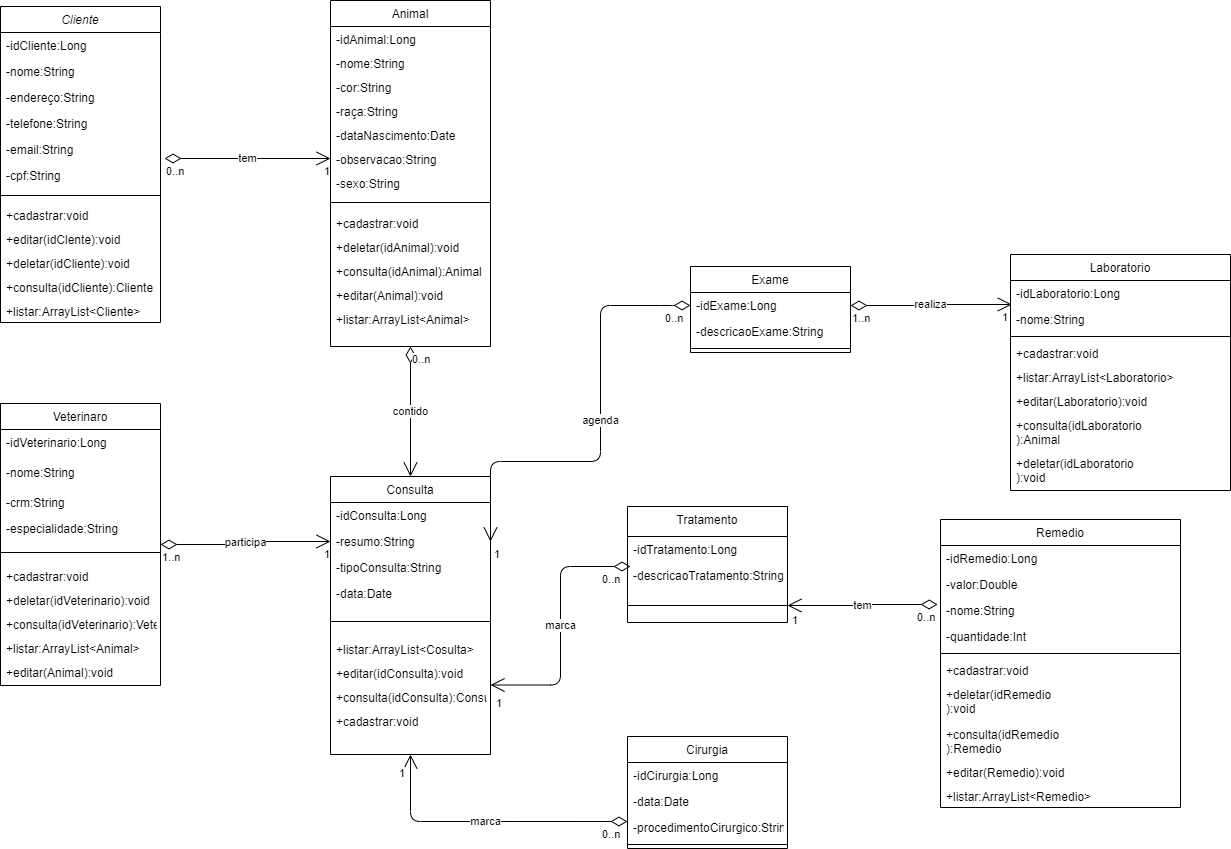
moacirgomes/projeto-clinica keeps this draw.io diagram as projetoUML.png. Above is the earlier version. Source tidied: cells renumbered, new cells last; positions are measured from the earlier drawing's top-left corner, leaving out a move shared by most shapes.
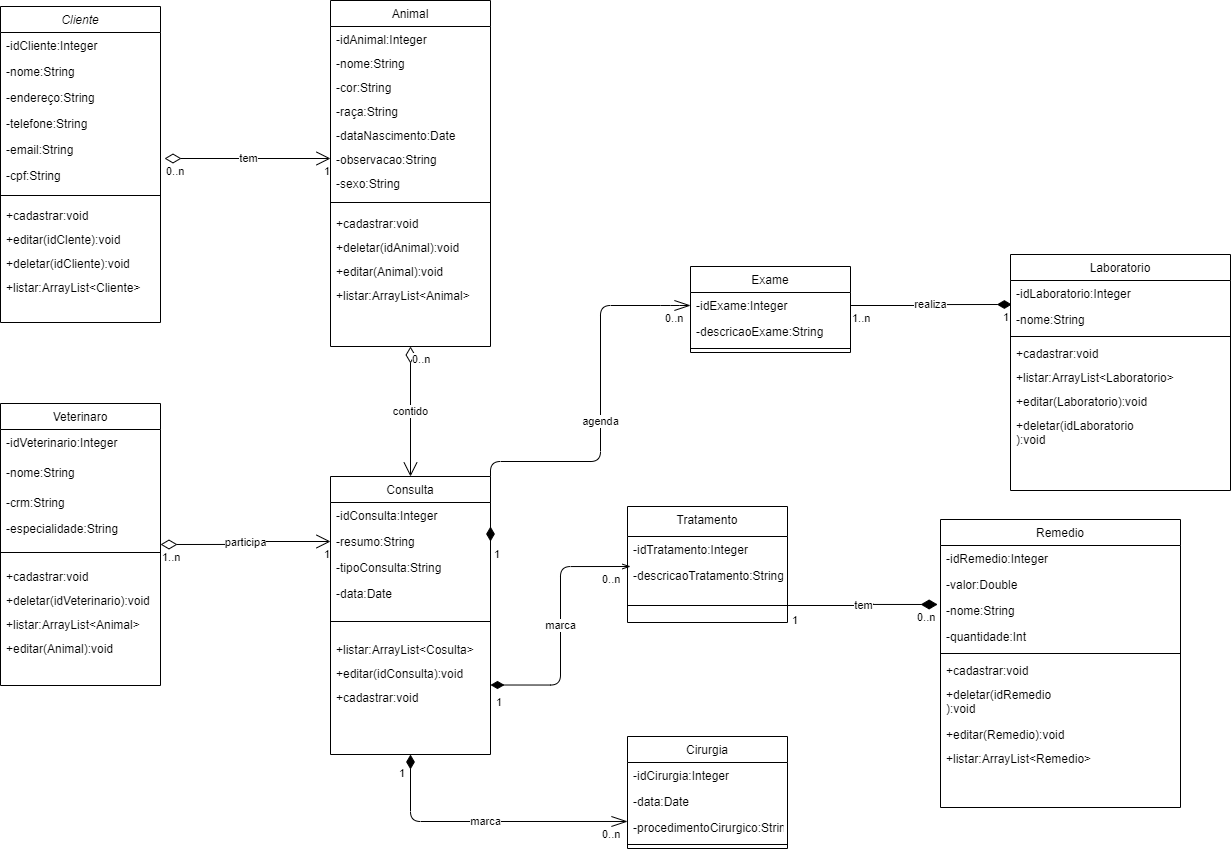
After the commit.

What changed in the source:
```diff
@@ -23,7 +23,7 @@
     <mxCell id="8" value="Cliente" style="swimlane;fontStyle=2;align=center;verticalAlign=top;horizontal=1;startSize=26;rounded=0;shadow=0;strokeWidth=1;" parent="1" vertex="1">
       <mxGeometry y="6" width="160" height="316" as="geometry" />
     </mxCell>
-    <mxCell id="9" value="-idCliente:Long" style="text;align=left;verticalAlign=top;spacingLeft=4;spacingRight=4;overflow=hidden;" parent="8" vertex="1">
+    <mxCell id="9" value="-idCliente:Integer" style="text;align=left;verticalAlign=top;spacingLeft=4;spacingRight=4;overflow=hidden;" parent="8" vertex="1">
       <mxGeometry y="26" width="160" height="26" as="geometry" />
     </mxCell>
     <mxCell id="10" value="-nome:String" style="text;align=left;verticalAlign=top;spacingLeft=4;spacingRight=4;overflow=hidden;" parent="8" vertex="1">
@@ -53,16 +53,13 @@
     <mxCell id="18" value="+deletar(idCliente):void" style="text;strokeColor=none;fillColor=none;align=left;verticalAlign=top;spacingLeft=4;spacingRight=4;overflow=hidden;" parent="8" vertex="1">
       <mxGeometry y="244" width="160" height="24" as="geometry" />
     </mxCell>
-    <mxCell id="19" value="+consulta(idCliente):Cliente" style="text;strokeColor=none;fillColor=none;align=left;verticalAlign=top;spacingLeft=4;spacingRight=4;overflow=hidden;" parent="8" vertex="1">
-      <mxGeometry y="268" width="160" height="24" as="geometry" />
-    </mxCell>
     <mxCell id="20" value="+listar:ArrayList&lt;Cliente&gt;" style="text;strokeColor=none;fillColor=none;align=left;verticalAlign=top;spacingLeft=4;spacingRight=4;overflow=hidden;" parent="8" vertex="1">
-      <mxGeometry y="292" width="160" height="24" as="geometry" />
+      <mxGeometry y="268" width="160" height="24" as="geometry" />
     </mxCell>
     <mxCell id="21" value="Veterinaro" style="swimlane;fontStyle=0;align=center;verticalAlign=top;horizontal=1;startSize=26;rounded=0;shadow=0;strokeWidth=1;" parent="1" vertex="1">
       <mxGeometry y="403" width="160" height="282" as="geometry" />
     </mxCell>
-    <mxCell id="22" value="-idVeterinario:Long" style="text;align=left;verticalAlign=top;spacingLeft=4;spacingRight=4;overflow=hidden;" parent="21" vertex="1">
+    <mxCell id="22" value="-idVeterinario:Integer" style="text;align=left;verticalAlign=top;spacingLeft=4;spacingRight=4;overflow=hidden;" parent="21" vertex="1">
       <mxGeometry y="26" width="160" height="30" as="geometry" />
     </mxCell>
     <mxCell id="23" value="-nome:String" style="text;align=left;verticalAlign=top;spacingLeft=4;spacingRight=4;overflow=hidden;" parent="21" vertex="1">
@@ -83,19 +80,16 @@
     <mxCell id="28" value="+deletar(idVeterinario):void" style="text;strokeColor=none;fillColor=none;align=left;verticalAlign=top;spacingLeft=4;spacingRight=4;overflow=hidden;" parent="21" vertex="1">
       <mxGeometry y="184" width="160" height="24" as="geometry" />
     </mxCell>
-    <mxCell id="29" value="+consulta(idVeterinario):Veterinario" style="text;strokeColor=none;fillColor=none;align=left;verticalAlign=top;spacingLeft=4;spacingRight=4;overflow=hidden;" parent="21" vertex="1">
-      <mxGeometry y="208" width="160" height="24" as="geometry" />
-    </mxCell>
     <mxCell id="30" value="+listar:ArrayList&lt;Animal&gt;" style="text;strokeColor=none;fillColor=none;align=left;verticalAlign=top;spacingLeft=4;spacingRight=4;overflow=hidden;" parent="21" vertex="1">
-      <mxGeometry y="232" width="160" height="24" as="geometry" />
+      <mxGeometry y="208" width="160" height="24" as="geometry" />
     </mxCell>
     <mxCell id="31" value="+editar(Animal):void" style="text;strokeColor=none;fillColor=none;align=left;verticalAlign=top;spacingLeft=4;spacingRight=4;overflow=hidden;" parent="21" vertex="1">
-      <mxGeometry y="256" width="160" height="24" as="geometry" />
+      <mxGeometry y="232" width="160" height="24" as="geometry" />
     </mxCell>
     <mxCell id="32" value="Animal" style="swimlane;fontStyle=0;align=center;verticalAlign=top;horizontal=1;startSize=26;rounded=0;shadow=0;strokeWidth=1;" parent="1" vertex="1">
       <mxGeometry x="330" width="160" height="346" as="geometry" />
     </mxCell>
-    <mxCell id="33" value="-idAnimal:Long" style="text;align=left;verticalAlign=top;spacingLeft=4;spacingRight=4;overflow=hidden;" parent="32" vertex="1">
+    <mxCell id="33" value="-idAnimal:Integer" style="text;align=left;verticalAlign=top;spacingLeft=4;spacingRight=4;overflow=hidden;" parent="32" vertex="1">
       <mxGeometry y="26" width="160" height="24" as="geometry" />
     </mxCell>
     <mxCell id="34" value="-nome:String" style="text;align=left;verticalAlign=top;spacingLeft=4;spacingRight=4;overflow=hidden;" parent="32" vertex="1">
@@ -125,14 +119,11 @@
     <mxCell id="42" value="+deletar(idAnimal):void" style="text;strokeColor=none;fillColor=none;align=left;verticalAlign=top;spacingLeft=4;spacingRight=4;overflow=hidden;" parent="32" vertex="1">
       <mxGeometry y="234" width="160" height="24" as="geometry" />
     </mxCell>
-    <mxCell id="43" value="+consulta(idAnimal):Animal" style="text;strokeColor=none;fillColor=none;align=left;verticalAlign=top;spacingLeft=4;spacingRight=4;overflow=hidden;" parent="32" vertex="1">
-      <mxGeometry y="258" width="160" height="24" as="geometry" />
-    </mxCell>
     <mxCell id="44" value="+editar(Animal):void" style="text;strokeColor=none;fillColor=none;align=left;verticalAlign=top;spacingLeft=4;spacingRight=4;overflow=hidden;" parent="32" vertex="1">
-      <mxGeometry y="282" width="160" height="24" as="geometry" />
+      <mxGeometry y="258" width="160" height="24" as="geometry" />
     </mxCell>
     <mxCell id="45" value="+listar:ArrayList&lt;Animal&gt;" style="text;strokeColor=none;fillColor=none;align=left;verticalAlign=top;spacingLeft=4;spacingRight=4;overflow=hidden;" parent="32" vertex="1">
-      <mxGeometry y="306" width="160" height="24" as="geometry" />
+      <mxGeometry y="282" width="160" height="24" as="geometry" />
     </mxCell>
     <mxCell id="46" value="contido" style="endArrow=open;html=1;endSize=12;startArrow=diamondThin;startSize=14;startFill=0;edgeStyle=orthogonalEdgeStyle;exitX=0.5;exitY=1;exitDx=0;exitDy=0;entryX=0.5;entryY=0;entryDx=0;entryDy=0;" parent="1" edge="1" source="32" target="97">
       <mxGeometry relative="1" as="geometry" />
@@ -143,7 +134,7 @@
     <mxCell id="48" value="1" style="edgeLabel;html=1;align=right;verticalAlign=top;" parent="46" vertex="1">
       <mxGeometry x="1" relative="1" as="geometry" />
     </mxCell>
-    <mxCell id="49" value="agenda" style="endArrow=open;html=1;endSize=12;startArrow=diamondThin;startSize=14;startFill=0;edgeStyle=orthogonalEdgeStyle;exitX=0;exitY=0.5;exitDx=0;exitDy=0;entryX=1;entryY=0.5;entryDx=0;entryDy=0;" parent="1" edge="1" source="94" target="99">
+    <mxCell id="49" value="agenda" style="endArrow=diamondThin;html=1;endSize=12;startArrow=openThin;startSize=14;startFill=0;edgeStyle=orthogonalEdgeStyle;exitX=0;exitY=0.5;exitDx=0;exitDy=0;entryX=1;entryY=0.5;entryDx=0;entryDy=0;endFill=1;" parent="1" edge="1" source="94" target="99">
       <mxGeometry x="-0.06" relative="1" as="geometry">
         <Array as="points">
           <mxPoint x="670" y="305" />
@@ -166,7 +157,7 @@
     <mxCell id="52" value="Remedio" style="swimlane;fontStyle=0;align=center;verticalAlign=top;horizontal=1;startSize=26;rounded=0;shadow=0;strokeWidth=1;" parent="1" vertex="1">
       <mxGeometry x="940" y="519" width="240" height="288" as="geometry" />
     </mxCell>
-    <mxCell id="53" value="-idRemedio:Long" style="text;align=left;verticalAlign=top;spacingLeft=4;spacingRight=4;overflow=hidden;" parent="52" vertex="1">
+    <mxCell id="53" value="-idRemedio:Integer" style="text;align=left;verticalAlign=top;spacingLeft=4;spacingRight=4;overflow=hidden;" parent="52" vertex="1">
       <mxGeometry y="26" width="240" height="26" as="geometry" />
     </mxCell>
     <mxCell id="54" value="-valor:Double" style="text;align=left;verticalAlign=top;spacingLeft=4;spacingRight=4;overflow=hidden;" parent="52" vertex="1">
@@ -187,19 +178,16 @@
     <mxCell id="59" value="+deletar(idRemedio&#10;):void" style="text;strokeColor=none;fillColor=none;align=left;verticalAlign=top;spacingLeft=4;spacingRight=4;overflow=hidden;" parent="52" vertex="1">
       <mxGeometry y="162" width="240" height="40" as="geometry" />
     </mxCell>
-    <mxCell id="60" value="+consulta(idRemedio&#10;):Remedio" style="text;strokeColor=none;fillColor=none;align=left;verticalAlign=top;spacingLeft=4;spacingRight=4;overflow=hidden;" parent="52" vertex="1">
-      <mxGeometry y="202" width="240" height="38" as="geometry" />
-    </mxCell>
     <mxCell id="61" value="+editar(Remedio):void" style="text;strokeColor=none;fillColor=none;align=left;verticalAlign=top;spacingLeft=4;spacingRight=4;overflow=hidden;" parent="52" vertex="1">
-      <mxGeometry y="240" width="240" height="24" as="geometry" />
+      <mxGeometry y="202" width="240" height="24" as="geometry" />
     </mxCell>
     <mxCell id="62" value="+listar:ArrayList&lt;Remedio&gt;" style="text;strokeColor=none;fillColor=none;align=left;verticalAlign=top;spacingLeft=4;spacingRight=4;overflow=hidden;" parent="52" vertex="1">
-      <mxGeometry y="264" width="240" height="24" as="geometry" />
+      <mxGeometry y="226" width="240" height="24" as="geometry" />
     </mxCell>
     <mxCell id="63" value="Cirurgia" style="swimlane;fontStyle=0;align=center;verticalAlign=top;horizontal=1;startSize=26;rounded=0;shadow=0;strokeWidth=1;" parent="1" vertex="1">
       <mxGeometry x="627" y="736" width="160" height="112" as="geometry" />
     </mxCell>
-    <mxCell id="64" value="-idCirurgia:Long" style="text;align=left;verticalAlign=top;spacingLeft=4;spacingRight=4;overflow=hidden;" parent="63" vertex="1">
+    <mxCell id="64" value="-idCirurgia:Integer" style="text;align=left;verticalAlign=top;spacingLeft=4;spacingRight=4;overflow=hidden;" parent="63" vertex="1">
       <mxGeometry y="26" width="160" height="26" as="geometry" />
     </mxCell>
     <mxCell id="65" value="-data:Date" style="text;align=left;verticalAlign=top;spacingLeft=4;spacingRight=4;overflow=hidden;" parent="63" vertex="1">
@@ -211,7 +199,7 @@
     <mxCell id="67" style="line;html=1;strokeWidth=1;align=left;verticalAlign=middle;spacingTop=-1;spacingLeft=3;spacingRight=3;labelPosition=right;" parent="63" vertex="1">
       <mxGeometry y="104" width="160" height="8" as="geometry" />
     </mxCell>
-    <mxCell id="68" value="tem" style="endArrow=open;html=1;endSize=12;startArrow=diamondThin;startSize=14;startFill=0;edgeStyle=orthogonalEdgeStyle;exitX=-0.012;exitY=0.269;exitDx=0;exitDy=0;exitPerimeter=0;" parent="1" edge="1" source="55" target="74">
+    <mxCell id="68" value="tem" style="endArrow=none;html=1;endSize=12;startArrow=diamondThin;startSize=14;startFill=1;edgeStyle=orthogonalEdgeStyle;exitX=-0.012;exitY=0.269;exitDx=0;exitDy=0;exitPerimeter=0;endFill=0;" parent="1" edge="1" source="55" target="74">
       <mxGeometry relative="1" as="geometry" />
     </mxCell>
     <mxCell id="69" value="0..n" style="edgeLabel;html=1;align=left;verticalAlign=top;" parent="68" vertex="1">
@@ -227,7 +215,7 @@
     <mxCell id="71" value="Tratamento" style="swimlane;fontStyle=0;align=center;verticalAlign=top;horizontal=1;startSize=30;rounded=0;shadow=0;strokeWidth=1;" parent="1" vertex="1">
       <mxGeometry x="627" y="506" width="160" height="116" as="geometry" />
     </mxCell>
-    <mxCell id="72" value="-idTratamento:Long" style="text;align=left;verticalAlign=top;spacingLeft=4;spacingRight=4;overflow=hidden;rounded=0;shadow=0;html=0;" parent="71" vertex="1">
+    <mxCell id="72" value="-idTratamento:Integer" style="text;align=left;verticalAlign=top;spacingLeft=4;spacingRight=4;overflow=hidden;rounded=0;shadow=0;html=0;" parent="71" vertex="1">
       <mxGeometry y="30" width="160" height="26" as="geometry" />
     </mxCell>
     <mxCell id="73" value="-descricaoTratamento:String" style="text;align=left;verticalAlign=top;spacingLeft=4;spacingRight=4;overflow=hidden;rounded=0;shadow=0;html=0;" parent="71" vertex="1">
@@ -236,7 +224,7 @@
     <mxCell id="74" style="line;html=1;strokeWidth=1;align=left;verticalAlign=middle;spacingTop=-1;spacingLeft=3;spacingRight=3;labelPosition=right;points=[];portConstraint=eastwest;" parent="71" vertex="1">
       <mxGeometry y="82" width="160" height="34" as="geometry" />
     </mxCell>
-    <mxCell id="75" value="realiza" style="endArrow=open;html=1;endSize=12;startArrow=diamondThin;startSize=14;startFill=0;edgeStyle=orthogonalEdgeStyle;exitX=1;exitY=0.5;exitDx=0;exitDy=0;entryX=0.006;entryY=0.923;entryDx=0;entryDy=0;entryPerimeter=0;" parent="1" edge="1" source="94" target="79">
+    <mxCell id="75" value="realiza" style="endArrow=diamondThin;html=1;endSize=12;startArrow=none;startSize=14;startFill=0;edgeStyle=orthogonalEdgeStyle;exitX=1;exitY=0.5;exitDx=0;exitDy=0;entryX=0.006;entryY=0.923;entryDx=0;entryDy=0;entryPerimeter=0;endFill=1;" parent="1" edge="1" source="94" target="79">
       <mxGeometry relative="1" as="geometry" />
     </mxCell>
     <mxCell id="76" value="1..n" style="edgeLabel;html=1;align=left;verticalAlign=top;" parent="75" vertex="1">
@@ -250,7 +238,7 @@
     <mxCell id="78" value="Laboratorio" style="swimlane;fontStyle=0;align=center;verticalAlign=top;horizontal=1;startSize=26;rounded=0;shadow=0;strokeWidth=1;" parent="1" vertex="1">
       <mxGeometry x="1010" y="254" width="220" height="236" as="geometry" />
     </mxCell>
-    <mxCell id="79" value="-idLaboratorio:Long" style="text;align=left;verticalAlign=top;spacingLeft=4;spacingRight=4;overflow=hidden;points=[[0,0.5],[1,0.5]];portConstraint=eastwest;" parent="78" vertex="1">
+    <mxCell id="79" value="-idLaboratorio:Integer" style="text;align=left;verticalAlign=top;spacingLeft=4;spacingRight=4;overflow=hidden;points=[[0,0.5],[1,0.5]];portConstraint=eastwest;" parent="78" vertex="1">
       <mxGeometry y="26" width="220" height="26" as="geometry" />
     </mxCell>
     <mxCell id="80" value="-nome:String" style="text;align=left;verticalAlign=top;spacingLeft=4;spacingRight=4;overflow=hidden;" parent="78" vertex="1">
@@ -268,13 +256,10 @@
     <mxCell id="84" value="+editar(Laboratorio):void" style="text;strokeColor=none;fillColor=none;align=left;verticalAlign=top;spacingLeft=4;spacingRight=4;overflow=hidden;" parent="78" vertex="1">
       <mxGeometry y="134" width="220" height="24" as="geometry" />
     </mxCell>
-    <mxCell id="85" value="+consulta(idLaboratorio&#10;):Animal" style="text;strokeColor=none;fillColor=none;align=left;verticalAlign=top;spacingLeft=4;spacingRight=4;overflow=hidden;" parent="78" vertex="1">
-      <mxGeometry y="158" width="220" height="38" as="geometry" />
-    </mxCell>
     <mxCell id="86" value="+deletar(idLaboratorio&#10;):void" style="text;strokeColor=none;fillColor=none;align=left;verticalAlign=top;spacingLeft=4;spacingRight=4;overflow=hidden;" parent="78" vertex="1">
-      <mxGeometry y="196" width="220" height="40" as="geometry" />
+      <mxGeometry y="158" width="220" height="40" as="geometry" />
     </mxCell>
-    <mxCell id="87" value="marca" style="endArrow=open;html=1;endSize=12;startArrow=diamondThin;startSize=14;startFill=0;edgeStyle=orthogonalEdgeStyle;exitX=0;exitY=0.269;exitDx=0;exitDy=0;exitPerimeter=0;entryX=0.5;entryY=1;entryDx=0;entryDy=0;" parent="1" edge="1" source="66" target="97">
+    <mxCell id="87" value="marca" style="endArrow=diamondThin;html=1;endSize=12;startArrow=openThin;startSize=14;startFill=0;edgeStyle=orthogonalEdgeStyle;exitX=0;exitY=0.269;exitDx=0;exitDy=0;exitPerimeter=0;entryX=0.5;entryY=1;entryDx=0;entryDy=0;endFill=1;" parent="1" edge="1" source="66" target="97">
       <mxGeometry relative="1" as="geometry" />
     </mxCell>
     <mxCell id="88" value="0..n" style="edgeLabel;html=1;align=left;verticalAlign=top;" parent="87" vertex="1">
@@ -287,7 +272,7 @@
         <mxPoint x="-5" y="6" as="offset" />
       </mxGeometry>
     </mxCell>
-    <mxCell id="90" value="marca" style="endArrow=open;html=1;endSize=12;startArrow=diamondThin;startSize=14;startFill=0;edgeStyle=orthogonalEdgeStyle;entryX=1;entryY=0.75;entryDx=0;entryDy=0;" parent="1" edge="1" target="97">
+    <mxCell id="90" value="marca" style="endArrow=diamondThin;html=1;startArrow=openThin;startFill=0;entryX=1;entryY=0.75;entryDx=0;entryDy=0;endFill=1;edgeStyle=orthogonalEdgeStyle;endSize=11;" parent="1" edge="1" target="97">
       <mxGeometry relative="1" as="geometry">
         <mxPoint x="630" y="566" as="sourcePoint" />
       </mxGeometry>
@@ -305,7 +290,7 @@
     <mxCell id="93" value="Exame" style="swimlane;fontStyle=0;align=center;verticalAlign=top;horizontal=1;startSize=26;rounded=0;shadow=0;strokeWidth=1;" parent="1" vertex="1">
       <mxGeometry x="690" y="266" width="160" height="86" as="geometry" />
     </mxCell>
-    <mxCell id="94" value="-idExame:Long" style="text;align=left;verticalAlign=top;spacingLeft=4;spacingRight=4;overflow=hidden;points=[[0,0.5],[1,0.5]];portConstraint=eastwest;" parent="93" vertex="1">
+    <mxCell id="94" value="-idExame:Integer" style="text;align=left;verticalAlign=top;spacingLeft=4;spacingRight=4;overflow=hidden;points=[[0,0.5],[1,0.5]];portConstraint=eastwest;" parent="93" vertex="1">
       <mxGeometry y="26" width="160" height="26" as="geometry" />
     </mxCell>
     <mxCell id="95" value="-descricaoExame:String" style="text;align=left;verticalAlign=top;spacingLeft=4;spacingRight=4;overflow=hidden;" parent="93" vertex="1">
@@ -317,7 +302,7 @@
     <mxCell id="97" value="Consulta" style="swimlane;fontStyle=0;align=center;verticalAlign=top;horizontal=1;startSize=26;rounded=0;shadow=0;strokeWidth=1;" parent="1" vertex="1">
       <mxGeometry x="330" y="476" width="160" height="278" as="geometry" />
     </mxCell>
-    <mxCell id="98" value="-idConsulta:Long" style="text;align=left;verticalAlign=top;spacingLeft=4;spacingRight=4;overflow=hidden;rounded=0;shadow=0;html=0;" parent="97" vertex="1">
+    <mxCell id="98" value="-idConsulta:Integer" style="text;align=left;verticalAlign=top;spacingLeft=4;spacingRight=4;overflow=hidden;rounded=0;shadow=0;html=0;" parent="97" vertex="1">
       <mxGeometry y="26" width="160" height="26" as="geometry" />
     </mxCell>
     <mxCell id="99" value="-resumo:String" style="text;align=left;verticalAlign=top;spacingLeft=4;spacingRight=4;overflow=hidden;points=[[0,0.5],[1,0.5]];portConstraint=eastwest;rounded=0;shadow=0;html=0;" parent="97" vertex="1">
@@ -338,11 +323,8 @@
     <mxCell id="104" value="+editar(idConsulta):void" style="text;strokeColor=none;fillColor=none;align=left;verticalAlign=top;spacingLeft=4;spacingRight=4;overflow=hidden;" parent="97" vertex="1">
       <mxGeometry y="184" width="160" height="24" as="geometry" />
     </mxCell>
-    <mxCell id="105" value="+consulta(idConsulta):Consulta" style="text;strokeColor=none;fillColor=none;align=left;verticalAlign=top;spacingLeft=4;spacingRight=4;overflow=hidden;" parent="97" vertex="1">
-      <mxGeometry y="208" width="160" height="24" as="geometry" />
-    </mxCell>
     <mxCell id="106" value="+cadastrar:void" style="text;strokeColor=none;fillColor=none;align=left;verticalAlign=top;spacingLeft=4;spacingRight=4;overflow=hidden;" parent="97" vertex="1">
-      <mxGeometry y="232" width="160" height="24" as="geometry" />
+      <mxGeometry y="208" width="160" height="24" as="geometry" />
     </mxCell>
   </root>
 </mxGraphModel>
```
